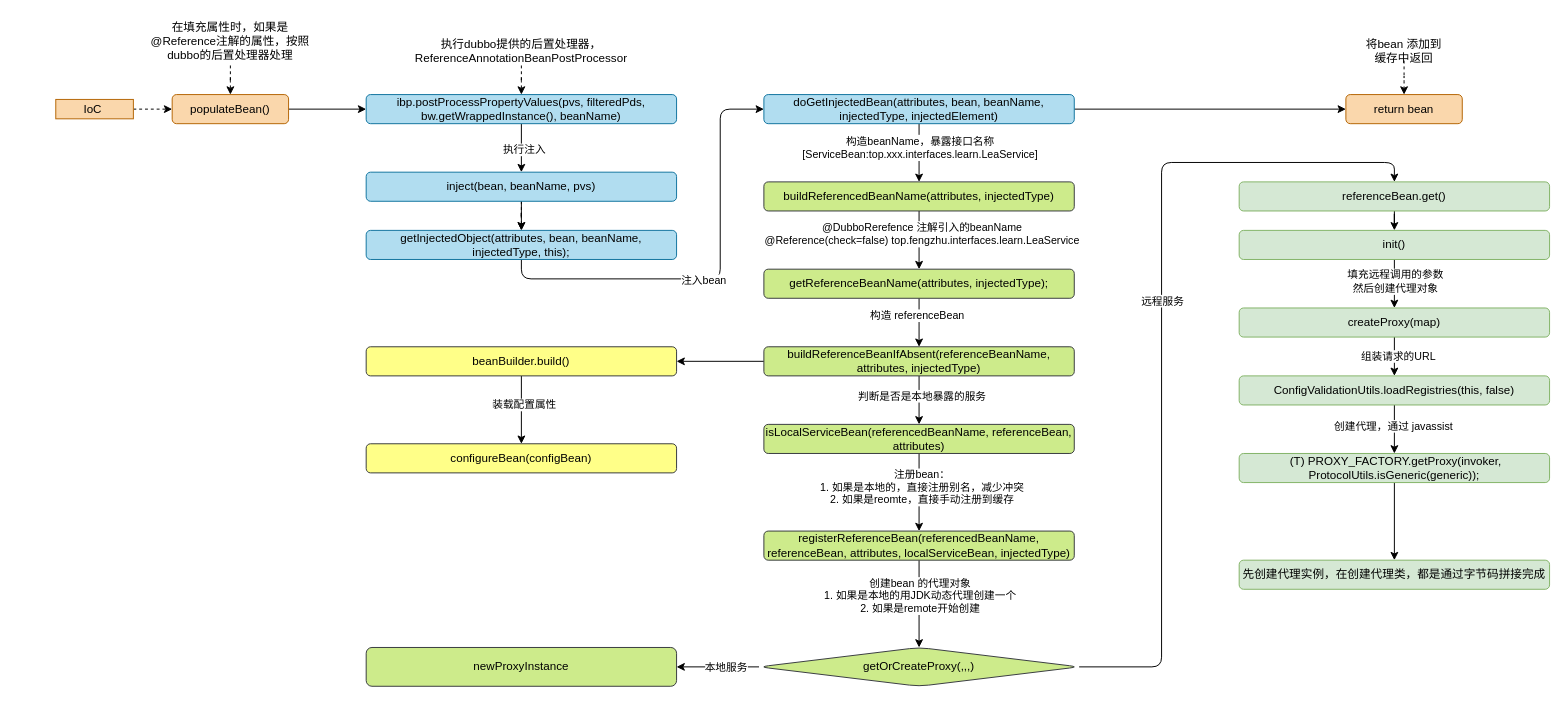
Before: Alibaba/Dubbo-source.drawio in oliverschen/draw.io, a draw.io diagram. Source tidied: cells renumbered, new cells numbered last; positions are measured from the earlier drawing's top-left corner, leaving out a move shared by most shapes. Both pictures are drawn from the tidied source at 97%, with x=0, y=0 at pixel (55, 16).
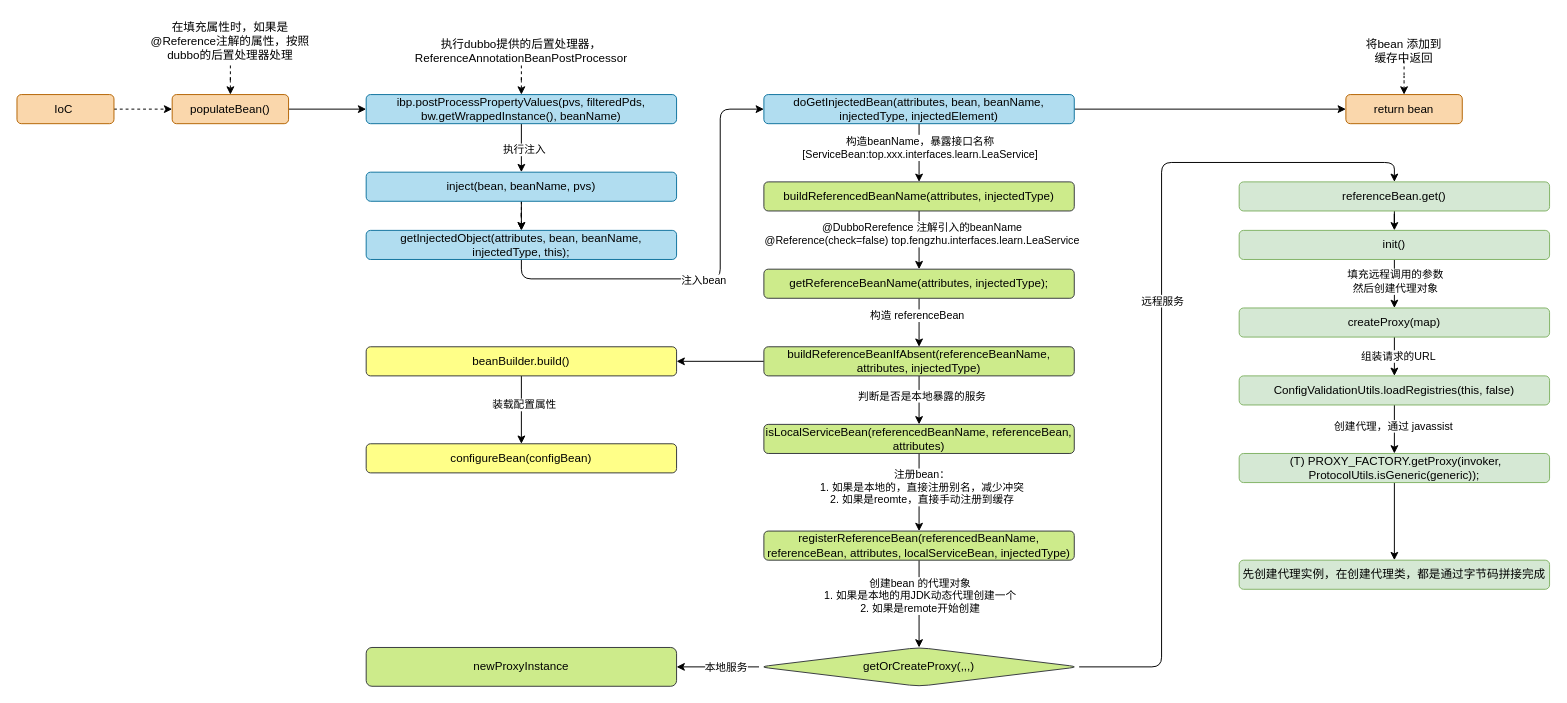
Above is the later version.

Diff of the diagram source:
```diff
@@
-    <mxCell id="5" value="IoC&amp;nbsp;" style="text;html=1;fillColor=#fad7ac;align=center;verticalAlign=middle;whiteSpace=wrap;rounded=0;strokeColor=#b46504;" parent="1" vertex="1">
-      <mxGeometry y="85" width="80" height="20" as="geometry" />
+    <mxCell id="5" value="IoC&amp;nbsp;" style="text;html=1;fillColor=#fad7ac;align=center;verticalAlign=middle;whiteSpace=wrap;rounded=1;strokeColor=#b46504;" parent="1" vertex="1">
+      <mxGeometry x="-40" y="80" width="100" height="30" as="geometry" />
     </mxCell>
```
